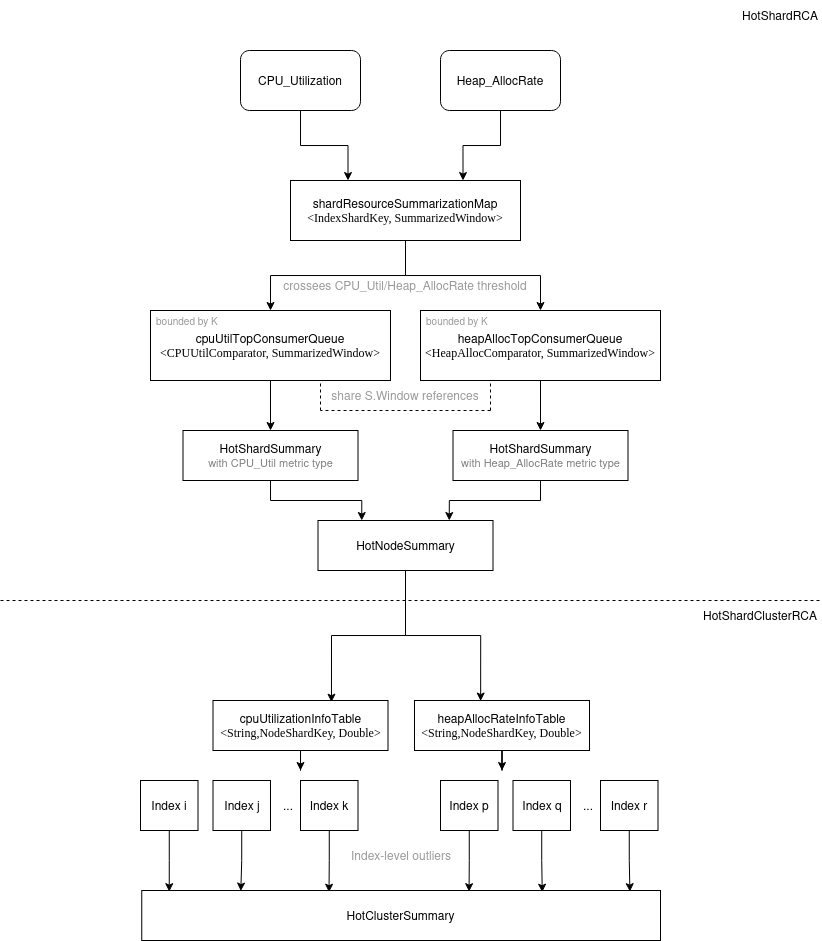
The draw.io diagram src/main/java/org/opensearch/performanceanalyzer/rca/store/rca/hotshard/docs/images/structures.png in opensearch-project/performance-analyzer-rca, before a commit. Source tidied: cells renumbered, new cells last; positions are measured from the earlier drawing's top-left corner, leaving out a move shared by most shapes.
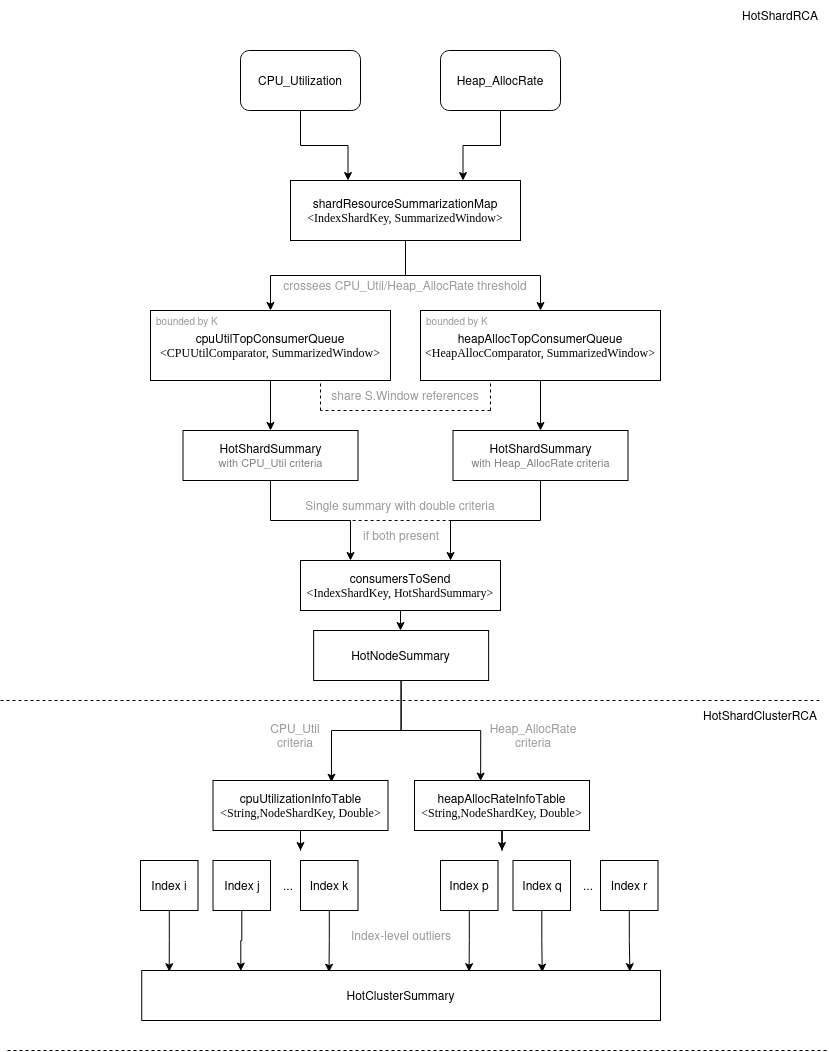
The same file after the commit.

Commit message:
HotShardSummary shrinking and rework.

The edit, as a diff of the source:
```diff
@@ -37,8 +37,8 @@
     </mxCell>
     <mxCell id="13" style="endArrow=none;dashed=1;html=1;rounded=0;" parent="1" edge="1">
       <mxGeometry relative="1" as="geometry">
-        <mxPoint y="600" as="sourcePoint" />
-        <mxPoint x="820" y="600" as="targetPoint" />
+        <mxPoint y="700" as="sourcePoint" />
+        <mxPoint x="820" y="700" as="targetPoint" />
       </mxGeometry>
     </mxCell>
     <mxCell id="14" value="HotShardRCA" style="text;html=1;strokeColor=none;fillColor=none;align=center;verticalAlign=middle;whiteSpace=wrap;rounded=0;" parent="1" vertex="1">
@@ -81,86 +81,115 @@
       <mxGeometry relative="1" as="geometry" />
     </mxCell>
     <mxCell id="24" value="HotNodeSummary" style="rounded=0;whiteSpace=wrap;html=1;" parent="1" vertex="1">
-      <mxGeometry x="317.5" y="520" width="175" height="50" as="geometry" />
+      <mxGeometry x="313.1" y="630" width="175" height="50" as="geometry" />
     </mxCell>
-    <mxCell id="25" style="edgeStyle=orthogonalEdgeStyle;rounded=0;jettySize=auto;html=1;entryX=0.25;entryY=0;entryDx=0;entryDy=0;" parent="1" edge="1" source="26" target="24">
-      <mxGeometry relative="1" as="geometry" />
-    </mxCell>
+    <mxCell id="50" style="edgeStyle=orthogonalEdgeStyle;rounded=0;jettySize=auto;html=1;entryX=0.25;entryY=0;entryDx=0;entryDy=0;" parent="1" edge="1" source="26" target="58">
+      <mxGeometry relative="1" as="geometry" />
+    </mxCell>
-    <mxCell id="26" value="&lt;div&gt;HotShardSummary&lt;/div&gt;&lt;div style=&quot;font-size: 11px;&quot;&gt;&lt;font style=&quot;font-size: 11px;&quot; color=&quot;#808080&quot;&gt;with CPU_Util metric type&lt;/font&gt;&lt;br&gt;&lt;/div&gt;" style="rounded=0;whiteSpace=wrap;html=1;" parent="1" vertex="1">
+    <mxCell id="26" value="&lt;div&gt;HotShardSummary&lt;/div&gt;&lt;div style=&quot;font-size: 11px;&quot;&gt;&lt;font style=&quot;font-size: 11px;&quot; color=&quot;#808080&quot;&gt;with CPU_Util criteria&lt;/font&gt;&lt;br&gt;&lt;/div&gt;" style="rounded=0;whiteSpace=wrap;html=1;" parent="1" vertex="1">
       <mxGeometry x="182.5" y="430" width="175" height="50" as="geometry" />
     </mxCell>
-    <mxCell id="27" style="edgeStyle=orthogonalEdgeStyle;rounded=0;jettySize=auto;html=1;entryX=0.75;entryY=0;entryDx=0;entryDy=0;" parent="1" edge="1" source="28" target="24">
-      <mxGeometry relative="1" as="geometry" />
-    </mxCell>
+    <mxCell id="51" style="edgeStyle=orthogonalEdgeStyle;rounded=0;jettySize=auto;html=1;entryX=0.75;entryY=0;entryDx=0;entryDy=0;" parent="1" edge="1" source="28" target="58">
+      <mxGeometry relative="1" as="geometry" />
+    </mxCell>
-    <mxCell id="28" value="&lt;div&gt;HotShardSummary&lt;/div&gt;&lt;div style=&quot;font-size: 11px;&quot;&gt;&lt;font style=&quot;font-size: 11px;&quot; color=&quot;#808080&quot;&gt;with Heap_AllocRate metric type&lt;/font&gt;&lt;br&gt;&lt;/div&gt;" style="rounded=0;whiteSpace=wrap;html=1;" parent="1" vertex="1">
+    <mxCell id="28" value="&lt;div&gt;HotShardSummary&lt;/div&gt;&lt;div style=&quot;font-size: 11px;&quot;&gt;&lt;font style=&quot;font-size: 11px;&quot; color=&quot;#808080&quot;&gt;with Heap_AllocRate criteria&lt;/font&gt;&lt;br&gt;&lt;/div&gt;" style="rounded=0;whiteSpace=wrap;html=1;" parent="1" vertex="1">
       <mxGeometry x="452.5" y="430" width="175" height="50" as="geometry" />
     </mxCell>
     <mxCell id="29" value="HotShardClusterRCA" style="text;html=1;strokeColor=none;fillColor=none;align=center;verticalAlign=middle;whiteSpace=wrap;rounded=0;" parent="1" vertex="1">
-      <mxGeometry x="730" y="600" width="60" height="30" as="geometry" />
+      <mxGeometry x="730" y="700" width="60" height="30" as="geometry" />
     </mxCell>
     <mxCell id="30" style="edgeStyle=orthogonalEdgeStyle;rounded=0;jettySize=auto;html=1;" parent="1" edge="1" source="31">
       <mxGeometry relative="1" as="geometry">
-        <mxPoint x="501.5" y="770" as="targetPoint" />
+        <mxPoint x="501.5" y="850" as="targetPoint" />
       </mxGeometry>
     </mxCell>
     <mxCell id="31" value="heapAllocRateInfoTable&lt;br&gt;&lt;font face=&quot;Times New Roman&quot;&gt;&amp;lt;String,NodeShardKey, Double&amp;gt;&lt;/font&gt;" style="rounded=0;whiteSpace=wrap;html=1;" parent="1" vertex="1">
-      <mxGeometry x="414" y="700" width="175" height="50" as="geometry" />
+      <mxGeometry x="414" y="780" width="175" height="50" as="geometry" />
     </mxCell>
     <mxCell id="32" style="edgeStyle=orthogonalEdgeStyle;rounded=0;jettySize=auto;html=1;" parent="1" edge="1" source="33">
       <mxGeometry relative="1" as="geometry">
-        <mxPoint x="300" y="770" as="targetPoint" />
+        <mxPoint x="300" y="850" as="targetPoint" />
       </mxGeometry>
     </mxCell>
     <mxCell id="33" value="cpuUtilizationInfoTable&lt;br&gt;&lt;font face=&quot;Times New Roman&quot;&gt;&amp;lt;String,NodeShardKey, Double&amp;gt;&lt;/font&gt;" style="rounded=0;whiteSpace=wrap;html=1;" parent="1" vertex="1">
-      <mxGeometry x="212.5" y="700" width="175" height="50" as="geometry" />
+      <mxGeometry x="212.5" y="780" width="175" height="50" as="geometry" />
     </mxCell>
     <mxCell id="34" style="edgeStyle=orthogonalEdgeStyle;rounded=0;jettySize=auto;html=1;entryX=0.053;entryY=0.023;entryDx=0;entryDy=0;entryPerimeter=0;" parent="1" edge="1" source="35" target="48">
       <mxGeometry relative="1" as="geometry" />
     </mxCell>
     <mxCell id="35" value="Index i" style="rounded=0;whiteSpace=wrap;html=1;" parent="1" vertex="1">
-      <mxGeometry x="140" y="780" width="57.5" height="50" as="geometry" />
+      <mxGeometry x="140" y="860" width="57.5" height="50" as="geometry" />
     </mxCell>
     <mxCell id="36" style="edgeStyle=orthogonalEdgeStyle;rounded=0;jettySize=auto;html=1;entryX=0.191;entryY=0.011;entryDx=0;entryDy=0;entryPerimeter=0;" parent="1" edge="1" source="37" target="48">
       <mxGeometry relative="1" as="geometry" />
     </mxCell>
     <mxCell id="37" value="Index j" style="rounded=0;whiteSpace=wrap;html=1;" parent="1" vertex="1">
-      <mxGeometry x="212.5" y="780" width="57.5" height="50" as="geometry" />
+      <mxGeometry x="212.5" y="860" width="57.5" height="50" as="geometry" />
     </mxCell>
     <mxCell id="38" style="edgeStyle=orthogonalEdgeStyle;rounded=0;jettySize=auto;html=1;entryX=0.361;entryY=0.034;entryDx=0;entryDy=0;entryPerimeter=0;" parent="1" edge="1" source="39" target="48">
       <mxGeometry relative="1" as="geometry" />
     </mxCell>
     <mxCell id="39" value="Index k" style="rounded=0;whiteSpace=wrap;html=1;" parent="1" vertex="1">
-      <mxGeometry x="300" y="780" width="57.5" height="50" as="geometry" />
+      <mxGeometry x="300" y="860" width="57.5" height="50" as="geometry" />
     </mxCell>
     <mxCell id="40" value="..." style="text;html=1;strokeColor=none;fillColor=none;align=center;verticalAlign=middle;whiteSpace=wrap;rounded=0;" parent="1" vertex="1">
-      <mxGeometry x="257.5" y="790" width="60" height="30" as="geometry" />
+      <mxGeometry x="257.5" y="870" width="60" height="30" as="geometry" />
     </mxCell>
     <mxCell id="41" style="edgeStyle=orthogonalEdgeStyle;rounded=0;jettySize=auto;html=1;entryX=0.631;entryY=0.023;entryDx=0;entryDy=0;entryPerimeter=0;" parent="1" edge="1" source="42" target="48">
       <mxGeometry relative="1" as="geometry" />
     </mxCell>
     <mxCell id="42" value="Index p" style="rounded=0;whiteSpace=wrap;html=1;" parent="1" vertex="1">
-      <mxGeometry x="440" y="780" width="57.5" height="50" as="geometry" />
+      <mxGeometry x="440" y="860" width="57.5" height="50" as="geometry" />
     </mxCell>
     <mxCell id="43" style="edgeStyle=orthogonalEdgeStyle;rounded=0;jettySize=auto;html=1;entryX=0.772;entryY=0.034;entryDx=0;entryDy=0;entryPerimeter=0;" parent="1" edge="1" source="44" target="48">
       <mxGeometry relative="1" as="geometry" />
     </mxCell>
     <mxCell id="44" value="Index q" style="rounded=0;whiteSpace=wrap;html=1;" parent="1" vertex="1">
-      <mxGeometry x="512.5" y="780" width="57.5" height="50" as="geometry" />
+      <mxGeometry x="512.5" y="860" width="57.5" height="50" as="geometry" />
     </mxCell>
     <mxCell id="45" style="edgeStyle=orthogonalEdgeStyle;rounded=0;jettySize=auto;html=1;entryX=0.941;entryY=0.023;entryDx=0;entryDy=0;entryPerimeter=0;" parent="1" edge="1" source="46" target="48">
       <mxGeometry relative="1" as="geometry" />
     </mxCell>
     <mxCell id="46" value="Index r" style="rounded=0;whiteSpace=wrap;html=1;" parent="1" vertex="1">
-      <mxGeometry x="600" y="780" width="57.5" height="50" as="geometry" />
+      <mxGeometry x="600" y="860" width="57.5" height="50" as="geometry" />
     </mxCell>
     <mxCell id="47" value="..." style="text;html=1;strokeColor=none;fillColor=none;align=center;verticalAlign=middle;whiteSpace=wrap;rounded=0;" parent="1" vertex="1">
-      <mxGeometry x="557.5" y="790" width="60" height="30" as="geometry" />
+      <mxGeometry x="557.5" y="870" width="60" height="30" as="geometry" />
     </mxCell>
     <mxCell id="48" value="HotClusterSummary" style="rounded=0;whiteSpace=wrap;html=1;" parent="1" vertex="1">
-      <mxGeometry x="141.2" y="890" width="518.8" height="50" as="geometry" />
+      <mxGeometry x="141.2" y="970" width="518.8" height="50" as="geometry" />
     </mxCell>
     <mxCell id="49" value="Index-level outliers" style="text;html=1;align=center;verticalAlign=middle;whiteSpace=wrap;rounded=0;fontColor=#999999;" parent="1" vertex="1">
-      <mxGeometry x="275.6" y="840" width="250" height="30" as="geometry" />
+      <mxGeometry x="275.6" y="920" width="250" height="30" as="geometry" />
     </mxCell>
+    <mxCell id="52" style="endArrow=none;dashed=1;html=1;rounded=0;" parent="1" edge="1">
+      <mxGeometry relative="1" as="geometry">
+        <mxPoint x="7" y="1050" as="sourcePoint" />
+        <mxPoint x="827" y="1050" as="targetPoint" />
+      </mxGeometry>
+    </mxCell>
+    <mxCell id="53" value="Single summary with double criteria" style="text;html=1;align=center;verticalAlign=middle;whiteSpace=wrap;rounded=0;fontColor=#999999;" parent="1" vertex="1">
+      <mxGeometry x="275" y="490" width="250" height="30" as="geometry" />
+    </mxCell>
+    <mxCell id="54" value="&lt;div&gt;CPU_Util&lt;/div&gt;&lt;div&gt;criteria&lt;/div&gt;" style="text;html=1;align=center;verticalAlign=middle;whiteSpace=wrap;rounded=0;fontColor=#999999;" parent="1" vertex="1">
+      <mxGeometry x="170" y="720" width="250" height="30" as="geometry" />
+    </mxCell>
+    <mxCell id="55" value="&lt;div&gt;Heap_AllocRate&lt;/div&gt;&lt;div&gt;criteria&lt;/div&gt;" style="text;html=1;align=center;verticalAlign=middle;whiteSpace=wrap;rounded=0;fontColor=#999999;" parent="1" vertex="1">
+      <mxGeometry x="407.5" y="720" width="250" height="30" as="geometry" />
+    </mxCell>
+    <mxCell id="56" value="if both present" style="text;html=1;align=center;verticalAlign=middle;whiteSpace=wrap;rounded=0;fontColor=#999999;" parent="1" vertex="1">
+      <mxGeometry x="275.6" y="520" width="250" height="30" as="geometry" />
+    </mxCell>
+    <mxCell id="57" style="edgeStyle=orthogonalEdgeStyle;rounded=0;jettySize=auto;html=1;entryX=0.5;entryY=0;entryDx=0;entryDy=0;" parent="1" edge="1" source="58" target="24">
+      <mxGeometry relative="1" as="geometry" />
+    </mxCell>
+    <mxCell id="58" value="&lt;div&gt;consumersToSend&lt;/div&gt;&lt;div&gt;&lt;font face=&quot;Times New Roman&quot;&gt;&amp;lt;IndexShardKey, HotShardSummary&amp;gt;&lt;/font&gt;&lt;/div&gt;" style="rounded=0;whiteSpace=wrap;html=1;" parent="1" vertex="1">
+      <mxGeometry x="300" y="560" width="200" height="50" as="geometry" />
+    </mxCell>
+    <mxCell id="59" style="endArrow=none;dashed=1;html=1;rounded=0;exitX=0.702;exitY=0;exitDx=0;exitDy=0;exitPerimeter=0;" parent="1" edge="1" source="56">
+      <mxGeometry relative="1" as="geometry">
+        <mxPoint x="350" y="520" as="targetPoint" />
+      </mxGeometry>
+    </mxCell>
   </root>
 </mxGraphModel>
```
